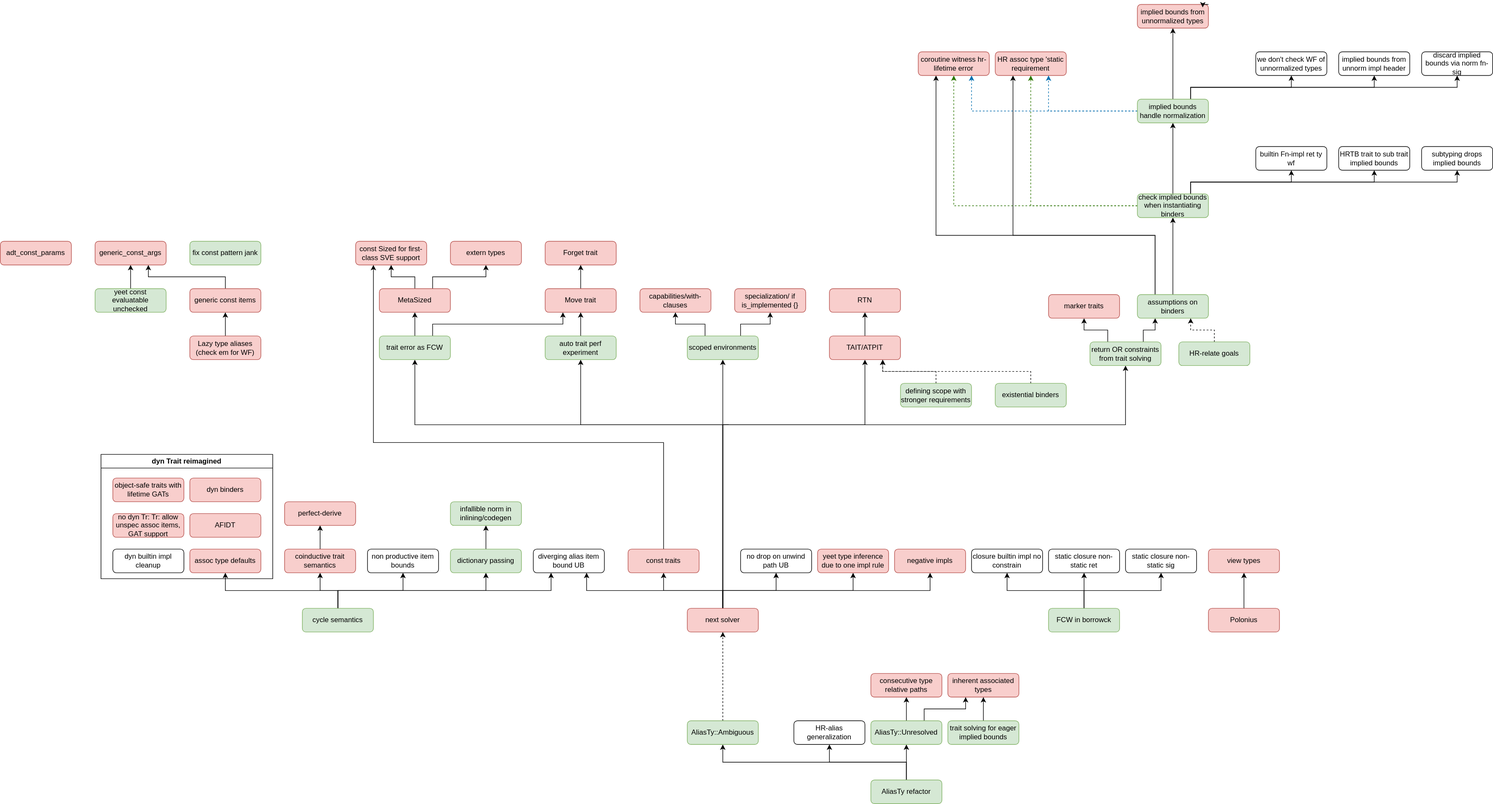
Above: roadmap.svg in hexcatnl/roadmap (draw.io), before the change. Source tidied: cells renumbered, new cells last; positions are measured from the earlier drawing's top-left corner, leaving out a move shared by most shapes.
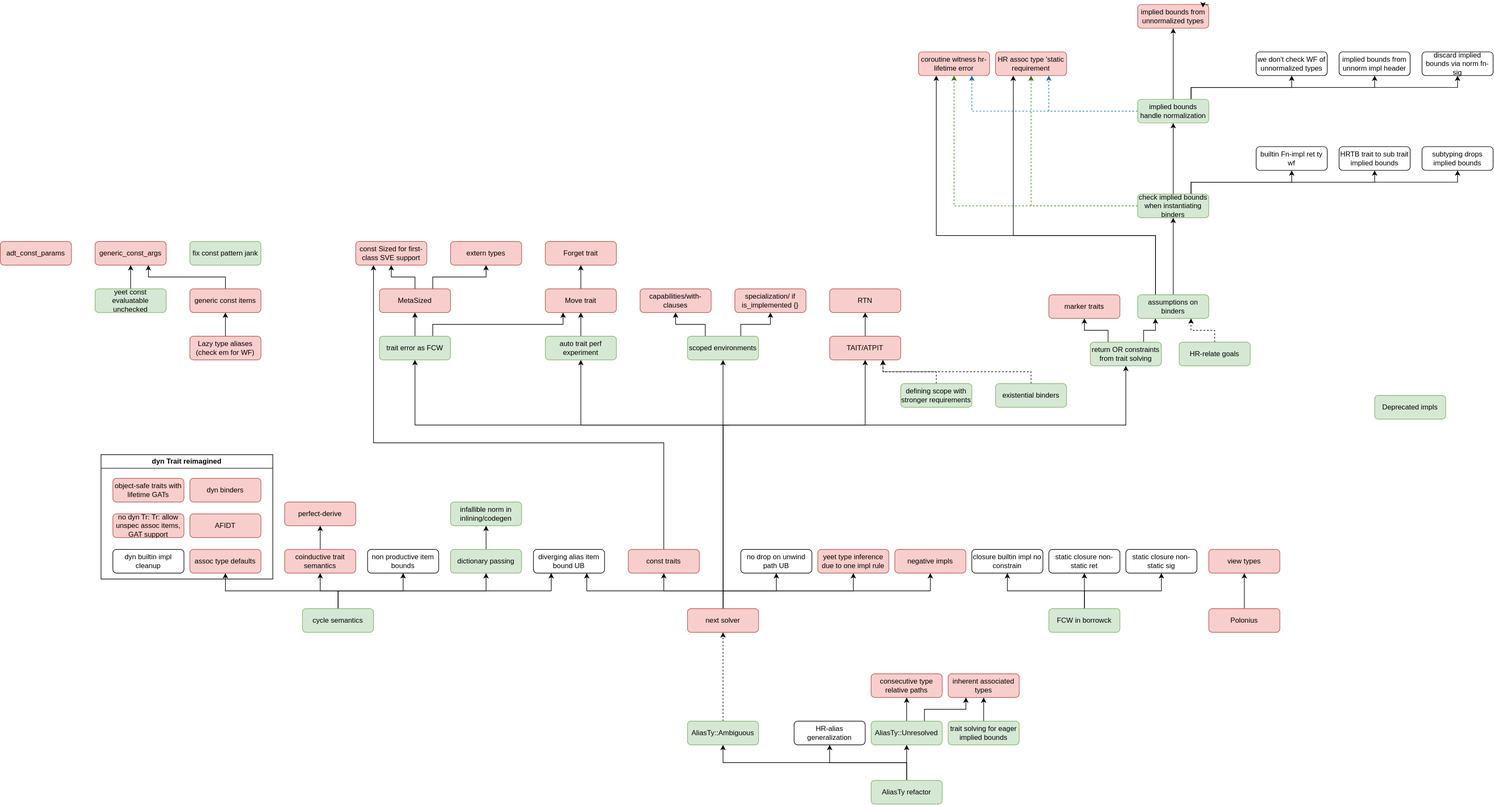
The same diagram one commit later.

Diff of the diagram source:
```diff
@@ -446,5 +446,8 @@
     <mxCell id="131" value="AliasTy::Ambiguous" style="rounded=1;whiteSpace=wrap;html=1;fillColor=#d5e8d4;strokeColor=#82b366;" parent="1" vertex="1">
       <mxGeometry x="1160" y="1210" width="120" height="40" as="geometry" />
     </mxCell>
+    <mxCell id="132" value="&lt;div&gt;Deprecated impls&lt;/div&gt;" style="rounded=1;whiteSpace=wrap;html=1;fillColor=#d5e8d4;strokeColor=#82b366;" parent="1" vertex="1">
+      <mxGeometry x="2320" y="660" width="120" height="40" as="geometry" />
+    </mxCell>
   </root>
 </mxGraphModel>
```
